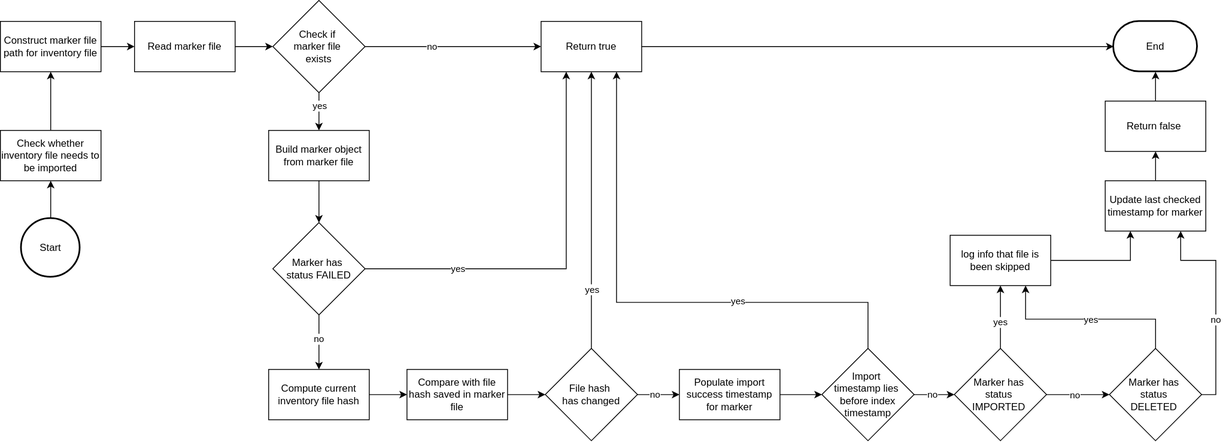
Above: metaeffekt-inventory-index/ae-inventory-importer-service/docs/images/inventory-needs-to-be-imported-check.drawio.svg in org-metaeffekt/metaeffekt-documentation (draw.io), before the change. Source tidied: cells renumbered, new cells last; positions are measured from the earlier drawing's top-left corner, leaving out a move shared by most shapes.
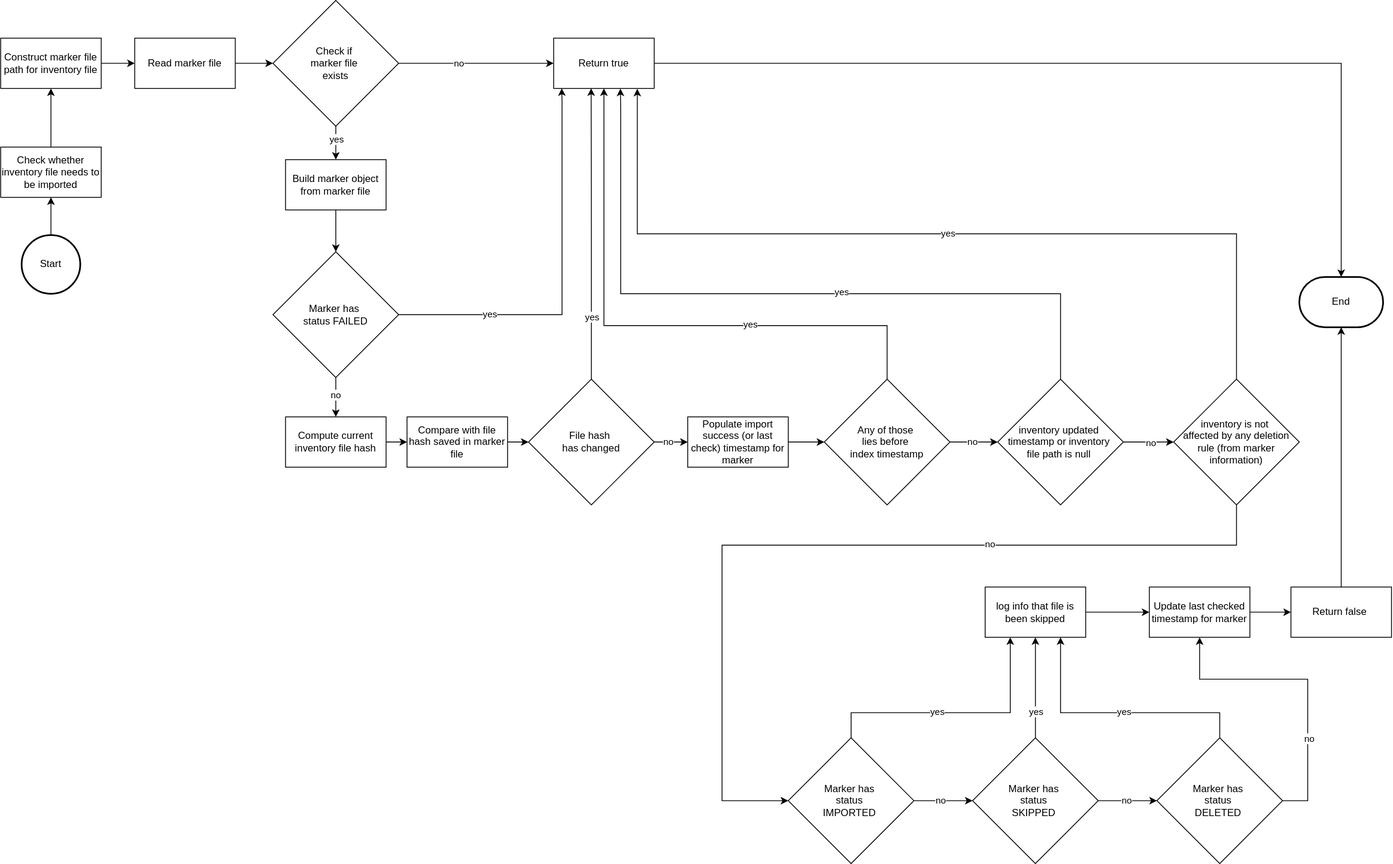
After the change.

Commit message:
AE-2635: revised importer documentation after implementing deletion rule checks in importer task

The edit, as a diff of the source:
```diff
@@ -6,7 +6,7 @@
       <mxGeometry relative="1" as="geometry" />
     </mxCell>
     <mxCell id="3" value="Check whether inventory file needs to be imported" style="rounded=0;whiteSpace=wrap;html=1;" parent="1" vertex="1">
-      <mxGeometry y="155" width="120" height="60" as="geometry" />
+      <mxGeometry x="-31" y="155" width="120" height="60" as="geometry" />
     </mxCell>
     <mxCell id="4" style="edgeStyle=orthogonalEdgeStyle;rounded=0;jettySize=auto;html=1;" parent="1" edge="1" source="8" target="14">
       <mxGeometry relative="1" as="geometry" />
@@ -23,36 +23,36 @@
       <mxGeometry x="-0.29" relative="1" as="geometry" />
     </mxCell>
     <mxCell id="8" value="Check if&amp;nbsp;&lt;div&gt;marker&amp;nbsp;&lt;span style=&quot;background-color: transparent; color: light-dark(rgb(0, 0, 0), rgb(255, 255, 255));&quot;&gt;file&amp;nbsp;&lt;/span&gt;&lt;/div&gt;&lt;div&gt;&lt;span style=&quot;background-color: transparent; color: light-dark(rgb(0, 0, 0), rgb(255, 255, 255));&quot;&gt;exists&lt;/span&gt;&lt;/div&gt;" style="rhombus;whiteSpace=wrap;html=1;" parent="1" vertex="1">
-      <mxGeometry x="325" width="110" height="110" as="geometry" />
+      <mxGeometry x="294" y="-20" width="150" height="150" as="geometry" />
     </mxCell>
     <mxCell id="9" style="edgeStyle=orthogonalEdgeStyle;rounded=0;jettySize=auto;html=1;" parent="1" edge="1" source="10" target="12">
       <mxGeometry relative="1" as="geometry" />
     </mxCell>
     <mxCell id="10" value="Construct marker file path for inventory file" style="rounded=0;whiteSpace=wrap;html=1;" parent="1" vertex="1">
-      <mxGeometry y="25" width="120" height="60" as="geometry" />
+      <mxGeometry x="-31" y="25" width="120" height="60" as="geometry" />
     </mxCell>
     <mxCell id="11" style="edgeStyle=orthogonalEdgeStyle;rounded=0;jettySize=auto;html=1;" parent="1" edge="1" source="12" target="8">
       <mxGeometry relative="1" as="geometry" />
     </mxCell>
     <mxCell id="12" value="Read marker file" style="rounded=0;whiteSpace=wrap;html=1;" parent="1" vertex="1">
-      <mxGeometry x="160" y="25" width="120" height="60" as="geometry" />
+      <mxGeometry x="129" y="25" width="120" height="60" as="geometry" />
     </mxCell>
     <mxCell id="13" value="End" style="strokeWidth=2;html=1;shape=mxgraph.flowchart.terminator;whiteSpace=wrap;" parent="1" vertex="1">
-      <mxGeometry x="1328" y="25" width="100" height="60" as="geometry" />
+      <mxGeometry x="1519" y="310" width="100" height="60" as="geometry" />
     </mxCell>
     <mxCell id="14" value="Return true" style="rounded=0;whiteSpace=wrap;html=1;" parent="1" vertex="1">
-      <mxGeometry x="645" y="25" width="120" height="60" as="geometry" />
+      <mxGeometry x="629" y="25" width="120" height="60" as="geometry" />
     </mxCell>
-    <mxCell id="15" style="edgeStyle=orthogonalEdgeStyle;rounded=0;jettySize=auto;html=1;entryX=0;entryY=0.5;entryDx=0;entryDy=0;entryPerimeter=0;" parent="1" edge="1" source="14" target="13">
+    <mxCell id="15" style="edgeStyle=orthogonalEdgeStyle;rounded=0;jettySize=auto;html=1;entryX=0.5;entryY=0;entryDx=0;entryDy=0;entryPerimeter=0;" parent="1" edge="1" source="14" target="13">
       <mxGeometry relative="1" as="geometry" />
     </mxCell>
     <mxCell id="16" style="edgeStyle=orthogonalEdgeStyle;rounded=0;jettySize=auto;html=1;entryX=0.5;entryY=0;entryDx=0;entryDy=0;" parent="1" edge="1" source="17" target="22">
       <mxGeometry relative="1" as="geometry" />
     </mxCell>
     <mxCell id="17" value="Build marker object from marker file" style="rounded=0;whiteSpace=wrap;html=1;" parent="1" vertex="1">
-      <mxGeometry x="320" y="155" width="120" height="60" as="geometry" />
+      <mxGeometry x="309" y="170" width="120" height="60" as="geometry" />
     </mxCell>
-    <mxCell id="18" style="edgeStyle=orthogonalEdgeStyle;rounded=0;jettySize=auto;html=1;" parent="1" edge="1" source="22" target="24">
+    <mxCell id="18" style="edgeStyle=orthogonalEdgeStyle;rounded=0;jettySize=auto;html=1;exitX=0.5;exitY=1;exitDx=0;exitDy=0;" parent="1" edge="1" source="22" target="24">
       <mxGeometry relative="1" as="geometry" />
     </mxCell>
     <mxCell id="19" value="no" style="edgeLabel;html=1;align=center;verticalAlign=middle;" parent="18" vertex="1">
@@ -60,10 +60,11 @@
         <mxPoint x="-1" y="-2" as="offset" />
       </mxGeometry>
     </mxCell>
-    <mxCell id="20" style="edgeStyle=orthogonalEdgeStyle;rounded=0;jettySize=auto;html=1;exitX=1;exitY=0.5;exitDx=0;exitDy=0;entryX=0.25;entryY=1;entryDx=0;entryDy=0;" parent="1" edge="1" source="22" target="14">
+    <mxCell id="20" style="edgeStyle=orthogonalEdgeStyle;rounded=0;jettySize=auto;html=1;exitX=1;exitY=0.5;exitDx=0;exitDy=0;entryX=0.08;entryY=0.998;entryDx=0;entryDy=0;entryPerimeter=0;" parent="1" edge="1" source="22" target="14">
       <mxGeometry relative="1" as="geometry">
         <Array as="points">
-          <mxPoint x="675" y="320" />
+          <mxPoint x="639" y="355" />
+          <mxPoint x="639" y="100" />
         </Array>
       </mxGeometry>
     </mxCell>
@@ -73,15 +74,15 @@
       </mxGeometry>
     </mxCell>
     <mxCell id="22" value="Marker has&amp;nbsp;&lt;div&gt;status FAILED&lt;br&gt;&lt;/div&gt;" style="rhombus;whiteSpace=wrap;html=1;" parent="1" vertex="1">
-      <mxGeometry x="325" y="265" width="110" height="110" as="geometry" />
+      <mxGeometry x="294" y="280" width="150" height="150" as="geometry" />
     </mxCell>
     <mxCell id="23" style="edgeStyle=orthogonalEdgeStyle;rounded=0;jettySize=auto;html=1;entryX=0;entryY=0.5;entryDx=0;entryDy=0;" parent="1" edge="1" source="24" target="31">
       <mxGeometry relative="1" as="geometry" />
     </mxCell>
     <mxCell id="24" value="Compute current inventory file hash" style="rounded=0;whiteSpace=wrap;html=1;" parent="1" vertex="1">
-      <mxGeometry x="320" y="440" width="120" height="60" as="geometry" />
+      <mxGeometry x="309" y="477" width="120" height="60" as="geometry" />
     </mxCell>
-    <mxCell id="25" style="edgeStyle=orthogonalEdgeStyle;rounded=0;jettySize=auto;html=1;entryX=0.5;entryY=1;entryDx=0;entryDy=0;" parent="1" edge="1" source="29" target="14">
+    <mxCell id="25" style="edgeStyle=orthogonalEdgeStyle;rounded=0;jettySize=auto;html=1;entryX=0.373;entryY=0.998;entryDx=0;entryDy=0;entryPerimeter=0;" parent="1" edge="1" source="29" target="14">
       <mxGeometry relative="1" as="geometry" />
     </mxCell>
     <mxCell id="26" value="yes" style="edgeLabel;html=1;align=center;verticalAlign=middle;" parent="25" vertex="1">
@@ -98,16 +99,16 @@
       </mxGeometry>
     </mxCell>
     <mxCell id="29" value="File hash&amp;nbsp;&lt;div&gt;has changed&lt;/div&gt;" style="rhombus;whiteSpace=wrap;html=1;" parent="1" vertex="1">
-      <mxGeometry x="650" y="415" width="110" height="110" as="geometry" />
+      <mxGeometry x="599" y="432" width="150" height="150" as="geometry" />
     </mxCell>
     <mxCell id="30" style="edgeStyle=orthogonalEdgeStyle;rounded=0;jettySize=auto;html=1;" parent="1" edge="1" source="31" target="29">
       <mxGeometry relative="1" as="geometry" />
     </mxCell>
     <mxCell id="31" value="Compare with file hash saved in marker file" style="rounded=0;whiteSpace=wrap;html=1;" parent="1" vertex="1">
-      <mxGeometry x="485" y="440" width="120" height="60" as="geometry" />
+      <mxGeometry x="454" y="477" width="120" height="60" as="geometry" />
     </mxCell>
     <mxCell id="32" value="Return false&amp;nbsp;" style="rounded=0;whiteSpace=wrap;html=1;" parent="1" vertex="1">
-      <mxGeometry x="1318" y="120" width="120" height="60" as="geometry" />
+      <mxGeometry x="1509" y="680" width="120" height="60" as="geometry" />
     </mxCell>
     <mxCell id="33" style="edgeStyle=orthogonalEdgeStyle;rounded=0;jettySize=auto;html=1;exitX=0.5;exitY=0;exitDx=0;exitDy=0;entryX=0.5;entryY=1;entryDx=0;entryDy=0;entryPerimeter=0;" parent="1" edge="1" source="32" target="13">
       <mxGeometry relative="1" as="geometry" />
@@ -116,72 +117,79 @@
       <mxGeometry relative="1" as="geometry" />
     </mxCell>
     <mxCell id="35" value="Start" style="strokeWidth=2;html=1;shape=mxgraph.flowchart.start_2;whiteSpace=wrap;" parent="1" vertex="1">
-      <mxGeometry x="25" y="260" width="70" height="70" as="geometry" />
+      <mxGeometry x="-6" y="260" width="70" height="70" as="geometry" />
     </mxCell>
-    <mxCell id="36" style="edgeStyle=orthogonalEdgeStyle;rounded=0;jettySize=auto;html=1;" parent="1" edge="1" source="40" target="42">
-      <mxGeometry relative="1" as="geometry" />
+    <mxCell id="36" style="edgeStyle=orthogonalEdgeStyle;rounded=0;jettySize=auto;html=1;entryX=0.25;entryY=1;entryDx=0;entryDy=0;" parent="1" edge="1" source="40" target="42">
+      <mxGeometry relative="1" as="geometry">
+        <Array as="points">
+          <mxPoint x="984" y="830" />
+          <mxPoint x="1174" y="830" />
+        </Array>
+      </mxGeometry>
     </mxCell>
     <mxCell id="37" value="yes" style="edgeLabel;html=1;align=center;verticalAlign=middle;" parent="36" vertex="1">
-      <mxGeometry x="-0.15" y="1" relative="1" as="geometry" />
+      <mxGeometry x="-0.15" y="1" relative="1" as="geometry">
+        <mxPoint y="-1" as="offset" />
+      </mxGeometry>
     </mxCell>
-    <mxCell id="38" style="edgeStyle=orthogonalEdgeStyle;rounded=0;jettySize=auto;html=1;" parent="1" edge="1" source="40" target="47">
+    <mxCell id="38" style="edgeStyle=orthogonalEdgeStyle;rounded=0;jettySize=auto;html=1;entryX=0;entryY=0.5;entryDx=0;entryDy=0;" parent="1" edge="1" source="40" target="71">
       <mxGeometry relative="1" as="geometry" />
     </mxCell>
     <mxCell id="39" value="no" style="edgeLabel;html=1;align=center;verticalAlign=middle;" parent="38" vertex="1">
       <mxGeometry x="-0.13" y="-1" relative="1" as="geometry">
-        <mxPoint x="1" y="-1" as="offset" />
+        <mxPoint x="1" y="-2" as="offset" />
       </mxGeometry>
     </mxCell>
     <mxCell id="40" value="&lt;div&gt;Marker has&amp;nbsp;&lt;/div&gt;&lt;div&gt;status&amp;nbsp;&lt;/div&gt;&lt;div&gt;IMPORTED&amp;nbsp;&lt;/div&gt;" style="rhombus;whiteSpace=wrap;html=1;" parent="1" vertex="1">
-      <mxGeometry x="1138" y="415" width="110" height="110" as="geometry" />
+      <mxGeometry x="909" y="860" width="150" height="150" as="geometry" />
     </mxCell>
-    <mxCell id="41" style="edgeStyle=orthogonalEdgeStyle;rounded=0;jettySize=auto;html=1;entryX=0.25;entryY=1;entryDx=0;entryDy=0;" parent="1" edge="1" source="42" target="56">
+    <mxCell id="41" style="edgeStyle=orthogonalEdgeStyle;rounded=0;jettySize=auto;html=1;entryX=0;entryY=0.5;entryDx=0;entryDy=0;" parent="1" edge="1" source="42" target="56">
       <mxGeometry relative="1" as="geometry" />
     </mxCell>
     <mxCell id="42" value="log info that file is been skipped" style="rounded=0;whiteSpace=wrap;html=1;" parent="1" vertex="1">
-      <mxGeometry x="1133" y="280" width="120" height="60" as="geometry" />
+      <mxGeometry x="1144" y="680" width="120" height="60" as="geometry" />
     </mxCell>
-    <mxCell id="43" style="edgeStyle=orthogonalEdgeStyle;rounded=0;jettySize=auto;html=1;entryX=0.75;entryY=1;entryDx=0;entryDy=0;" parent="1" edge="1" source="47" target="42">
+    <mxCell id="43" style="edgeStyle=orthogonalEdgeStyle;rounded=0;jettySize=auto;html=1;entryX=0.75;entryY=1;entryDx=0;entryDy=0;exitX=0.5;exitY=0;exitDx=0;exitDy=0;" parent="1" edge="1" source="47" target="42">
       <mxGeometry relative="1" as="geometry">
         <Array as="points">
-          <mxPoint x="1378" y="380" />
-          <mxPoint x="1223" y="380" />
+          <mxPoint x="1254" y="830" />
+          <mxPoint x="1149" y="830" />
         </Array>
       </mxGeometry>
     </mxCell>
     <mxCell id="44" value="yes" style="edgeLabel;html=1;align=center;verticalAlign=middle;" parent="43" vertex="1">
       <mxGeometry x="-0.19" relative="1" as="geometry">
-        <mxPoint x="-20" as="offset" />
+        <mxPoint x="-20" y="-2" as="offset" />
       </mxGeometry>
     </mxCell>
-    <mxCell id="45" style="edgeStyle=orthogonalEdgeStyle;rounded=0;jettySize=auto;html=1;exitX=1;exitY=0.5;exitDx=0;exitDy=0;entryX=0.75;entryY=1;entryDx=0;entryDy=0;" parent="1" edge="1" source="47" target="56">
+    <mxCell id="45" style="edgeStyle=orthogonalEdgeStyle;rounded=0;jettySize=auto;html=1;exitX=1;exitY=0.5;exitDx=0;exitDy=0;entryX=0.5;entryY=1;entryDx=0;entryDy=0;" parent="1" edge="1" source="47" target="56">
       <mxGeometry relative="1" as="geometry">
         <Array as="points">
-          <mxPoint x="1450" y="470" />
-          <mxPoint x="1450" y="310" />
-          <mxPoint x="1408" y="310" />
+          <mxPoint x="1529" y="935" />
+          <mxPoint x="1529" y="790" />
+          <mxPoint x="1400" y="790" />
         </Array>
       </mxGeometry>
     </mxCell>
     <mxCell id="46" value="no" style="edgeLabel;html=1;align=center;verticalAlign=middle;" parent="45" vertex="1">
       <mxGeometry x="0.06" y="-1" relative="1" as="geometry">
-        <mxPoint x="-1" y="28" as="offset" />
+        <mxPoint x="14" y="71" as="offset" />
       </mxGeometry>
     </mxCell>
     <mxCell id="47" value="&lt;div&gt;Marker has&amp;nbsp;&lt;/div&gt;&lt;div&gt;status&amp;nbsp;&lt;/div&gt;&lt;div&gt;DELETED&amp;nbsp;&lt;/div&gt;" style="rhombus;whiteSpace=wrap;html=1;" parent="1" vertex="1">
-      <mxGeometry x="1323" y="415" width="110" height="110" as="geometry" />
+      <mxGeometry x="1349" y="860" width="150" height="150" as="geometry" />
     </mxCell>
     <mxCell id="48" style="edgeStyle=orthogonalEdgeStyle;rounded=0;jettySize=auto;html=1;entryX=0;entryY=0.5;entryDx=0;entryDy=0;" parent="1" edge="1" source="49" target="54">
       <mxGeometry relative="1" as="geometry" />
     </mxCell>
-    <mxCell id="49" value="Populate import success timestamp for marker" style="rounded=0;whiteSpace=wrap;html=1;" parent="1" vertex="1">
-      <mxGeometry x="810" y="440" width="120" height="60" as="geometry" />
+    <mxCell id="49" value="Populate import success (or last check) timestamp for marker" style="rounded=0;whiteSpace=wrap;html=1;" parent="1" vertex="1">
+      <mxGeometry x="789" y="477" width="120" height="60" as="geometry" />
     </mxCell>
-    <mxCell id="50" style="edgeStyle=orthogonalEdgeStyle;rounded=0;jettySize=auto;html=1;entryX=0.75;entryY=1;entryDx=0;entryDy=0;" parent="1" edge="1" source="54" target="14">
+    <mxCell id="50" style="edgeStyle=orthogonalEdgeStyle;rounded=0;jettySize=auto;html=1;exitX=0.5;exitY=0;exitDx=0;exitDy=0;entryX=0.5;entryY=1;entryDx=0;entryDy=0;" parent="1" edge="1" source="54" target="14">
       <mxGeometry relative="1" as="geometry">
         <Array as="points">
-          <mxPoint x="1035" y="360" />
-          <mxPoint x="735" y="360" />
+          <mxPoint x="1027" y="368" />
+          <mxPoint x="689" y="368" />
         </Array>
       </mxGeometry>
     </mxCell>
@@ -190,7 +198,7 @@
         <mxPoint y="-2" as="offset" />
       </mxGeometry>
     </mxCell>
-    <mxCell id="52" style="edgeStyle=orthogonalEdgeStyle;rounded=0;jettySize=auto;html=1;" parent="1" edge="1" source="54" target="40">
+    <mxCell id="52" style="edgeStyle=orthogonalEdgeStyle;rounded=0;jettySize=auto;html=1;exitX=1;exitY=0.5;exitDx=0;exitDy=0;entryX=0;entryY=0.5;entryDx=0;entryDy=0;" parent="1" edge="1" source="54" target="59">
       <mxGeometry relative="1" as="geometry" />
     </mxCell>
     <mxCell id="53" value="no" style="edgeLabel;html=1;align=center;verticalAlign=middle;" parent="52" vertex="1">
@@ -198,14 +206,79 @@
         <mxPoint x="-1" y="-2" as="offset" />
       </mxGeometry>
     </mxCell>
-    <mxCell id="54" value="&lt;div&gt;Import&amp;nbsp;&lt;/div&gt;&lt;div&gt;timestamp lies&amp;nbsp;&lt;/div&gt;&lt;div&gt;before index timestamp&lt;/div&gt;" style="rhombus;whiteSpace=wrap;html=1;" parent="1" vertex="1">
-      <mxGeometry x="980" y="415" width="110" height="110" as="geometry" />
+    <mxCell id="54" value="&lt;div&gt;&lt;span style=&quot;background-color: transparent; color: light-dark(rgb(0, 0, 0), rgb(255, 255, 255));&quot;&gt;Any of those&amp;nbsp;&lt;/span&gt;&lt;/div&gt;&lt;div&gt;&lt;span style=&quot;background-color: transparent; color: light-dark(rgb(0, 0, 0), rgb(255, 255, 255));&quot;&gt;lies&amp;nbsp;&lt;/span&gt;&lt;span style=&quot;background-color: transparent; color: light-dark(rgb(0, 0, 0), rgb(255, 255, 255));&quot;&gt;before&amp;nbsp;&lt;/span&gt;&lt;/div&gt;&lt;div&gt;&lt;span style=&quot;background-color: transparent; color: light-dark(rgb(0, 0, 0), rgb(255, 255, 255));&quot;&gt;index timestamp&lt;/span&gt;&lt;/div&gt;" style="rhombus;whiteSpace=wrap;html=1;" parent="1" vertex="1">
+      <mxGeometry x="952" y="432" width="150" height="150" as="geometry" />
     </mxCell>
     <mxCell id="55" style="edgeStyle=orthogonalEdgeStyle;rounded=0;jettySize=auto;html=1;" parent="1" edge="1" source="56" target="32">
       <mxGeometry relative="1" as="geometry" />
     </mxCell>
     <mxCell id="56" value="Update last checked timestamp for marker" style="rounded=0;whiteSpace=wrap;html=1;" parent="1" vertex="1">
-      <mxGeometry x="1318" y="215" width="120" height="60" as="geometry" />
+      <mxGeometry x="1340" y="680" width="120" height="60" as="geometry" />
     </mxCell>
+    <mxCell id="57" style="edgeStyle=orthogonalEdgeStyle;rounded=0;jettySize=auto;html=1;" parent="1" edge="1" source="59" target="64">
+      <mxGeometry relative="1" as="geometry" />
+    </mxCell>
+    <mxCell id="58" value="no" style="edgeLabel;html=1;align=center;verticalAlign=middle;" parent="57" vertex="1">
+      <mxGeometry x="0.05" relative="1" as="geometry" />
+    </mxCell>
+    <mxCell id="59" value="&lt;div&gt;inventory&amp;nbsp;&lt;span style=&quot;background-color: transparent; color: light-dark(rgb(0, 0, 0), rgb(255, 255, 255));&quot;&gt;updated&amp;nbsp;&lt;/span&gt;&lt;/div&gt;&lt;div&gt;&lt;span style=&quot;background-color: transparent; color: light-dark(rgb(0, 0, 0), rgb(255, 255, 255));&quot;&gt;timestamp or inventory&amp;nbsp;&lt;/span&gt;&lt;/div&gt;&lt;div&gt;&lt;span style=&quot;background-color: transparent; color: light-dark(rgb(0, 0, 0), rgb(255, 255, 255));&quot;&gt;file path is null&amp;nbsp;&lt;/span&gt;&lt;/div&gt;" style="rhombus;whiteSpace=wrap;html=1;" parent="1" vertex="1">
+      <mxGeometry x="1159" y="432" width="150" height="150" as="geometry" />
+    </mxCell>
+    <mxCell id="60" style="edgeStyle=orthogonalEdgeStyle;rounded=0;jettySize=auto;html=1;entryX=0.664;entryY=1.003;entryDx=0;entryDy=0;entryPerimeter=0;" parent="1" edge="1" source="59" target="14">
+      <mxGeometry relative="1" as="geometry">
+        <Array as="points">
+          <mxPoint x="1234" y="330" />
+          <mxPoint x="709" y="330" />
+          <mxPoint x="709" y="110" />
+        </Array>
+      </mxGeometry>
+    </mxCell>
+    <mxCell id="61" value="yes" style="edgeLabel;html=1;align=center;verticalAlign=middle;" parent="60" vertex="1">
+      <mxGeometry x="-0.17" y="-4" relative="1" as="geometry">
+        <mxPoint x="-1" y="1" as="offset" />
+      </mxGeometry>
+    </mxCell>
+    <mxCell id="62" style="edgeStyle=orthogonalEdgeStyle;rounded=0;jettySize=auto;html=1;entryX=0;entryY=0.5;entryDx=0;entryDy=0;" parent="1" edge="1" source="64" target="40">
+      <mxGeometry relative="1" as="geometry">
+        <Array as="points">
+          <mxPoint x="1444" y="630" />
+          <mxPoint x="830" y="630" />
+          <mxPoint x="830" y="935" />
+        </Array>
+      </mxGeometry>
+    </mxCell>
+    <mxCell id="63" value="no" style="edgeLabel;html=1;align=center;verticalAlign=middle;" parent="62" vertex="1">
+      <mxGeometry x="-0.34" y="-2" relative="1" as="geometry" />
+    </mxCell>
+    <mxCell id="64" value="inventory is not&amp;nbsp;&lt;div&gt;affected by any&amp;nbsp;&lt;span style=&quot;background-color: transparent; color: light-dark(rgb(0, 0, 0), rgb(255, 255, 255));&quot;&gt;deletion rule (from marker information)&lt;/span&gt;&lt;/div&gt;" style="rhombus;whiteSpace=wrap;html=1;" parent="1" vertex="1">
+      <mxGeometry x="1369" y="432" width="150" height="150" as="geometry" />
+    </mxCell>
+    <mxCell id="65" style="edgeStyle=orthogonalEdgeStyle;rounded=0;jettySize=auto;html=1;exitX=0.5;exitY=0;exitDx=0;exitDy=0;entryX=0.832;entryY=1.008;entryDx=0;entryDy=0;entryPerimeter=0;" parent="1" edge="1" source="64" target="14">
+      <mxGeometry relative="1" as="geometry" />
+    </mxCell>
+    <mxCell id="66" value="yes" style="edgeLabel;html=1;align=center;verticalAlign=middle;" parent="65" vertex="1">
+      <mxGeometry x="-0.02" y="-4" relative="1" as="geometry">
+        <mxPoint y="3" as="offset" />
+      </mxGeometry>
+    </mxCell>
+    <mxCell id="67" style="edgeStyle=orthogonalEdgeStyle;rounded=0;jettySize=auto;html=1;entryX=0;entryY=0.5;entryDx=0;entryDy=0;" parent="1" edge="1" source="71" target="47">
+      <mxGeometry relative="1" as="geometry" />
+    </mxCell>
+    <mxCell id="68" value="no" style="edgeLabel;html=1;align=center;verticalAlign=middle;" parent="67" vertex="1">
+      <mxGeometry x="0.04" relative="1" as="geometry">
+        <mxPoint x="-4" y="-1" as="offset" />
+      </mxGeometry>
+    </mxCell>
+    <mxCell id="69" style="edgeStyle=orthogonalEdgeStyle;rounded=0;jettySize=auto;html=1;exitX=0.5;exitY=0;exitDx=0;exitDy=0;entryX=0.5;entryY=1;entryDx=0;entryDy=0;" parent="1" edge="1" source="71" target="42">
+      <mxGeometry relative="1" as="geometry" />
+    </mxCell>
+    <mxCell id="70" value="yes" style="edgeLabel;html=1;align=center;verticalAlign=middle;" parent="69" vertex="1">
+      <mxGeometry x="-0.12" relative="1" as="geometry">
+        <mxPoint y="21" as="offset" />
+      </mxGeometry>
+    </mxCell>
+    <mxCell id="71" value="&lt;div&gt;Marker has&amp;nbsp;&lt;/div&gt;&lt;div&gt;status&amp;nbsp;&lt;/div&gt;&lt;div&gt;SKIPPED&amp;nbsp;&lt;/div&gt;" style="rhombus;whiteSpace=wrap;html=1;" parent="1" vertex="1">
+      <mxGeometry x="1129" y="860" width="150" height="150" as="geometry" />
+    </mxCell>
   </root>
 </mxGraphModel>
```
